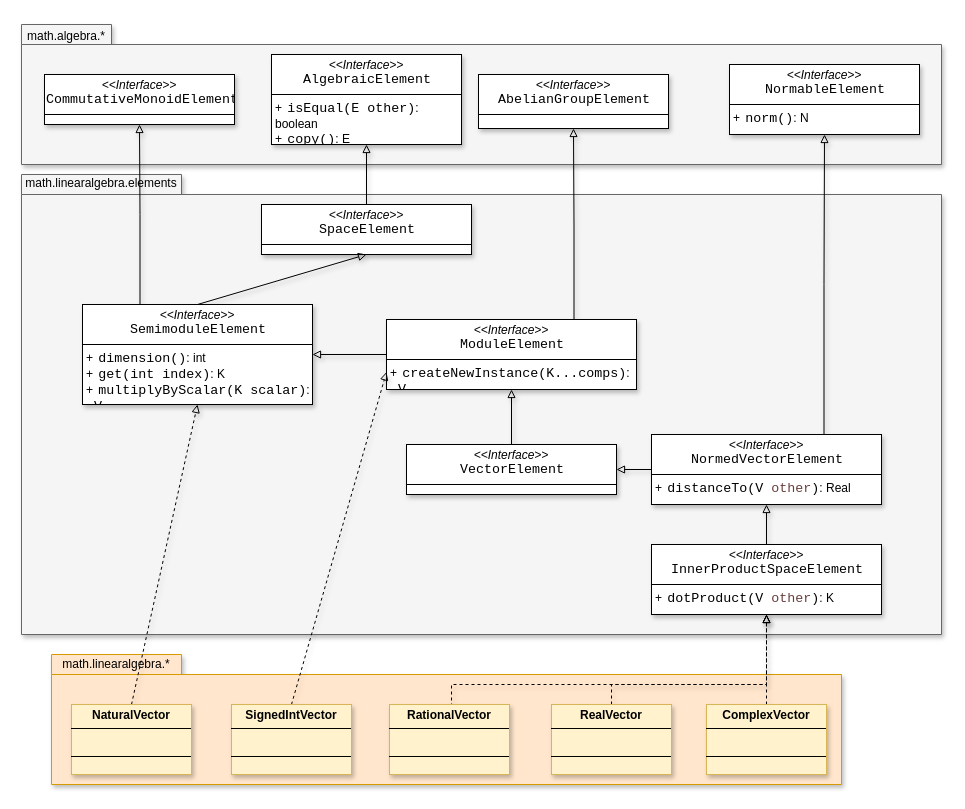
gom9000/SMFN keeps this draw.io diagram as page "linearalgebra-vector-elements" (3 of 5) of resources/SMFN.drawio. Above is the earlier version. Source tidied: cells renumbered, new cells numbered last; positions are measured from the earlier drawing's top-left corner, leaving out a move shared by most shapes. Both pictures are drawn from the tidied source at 100%, with x=0, y=0 at pixel (21, 21).
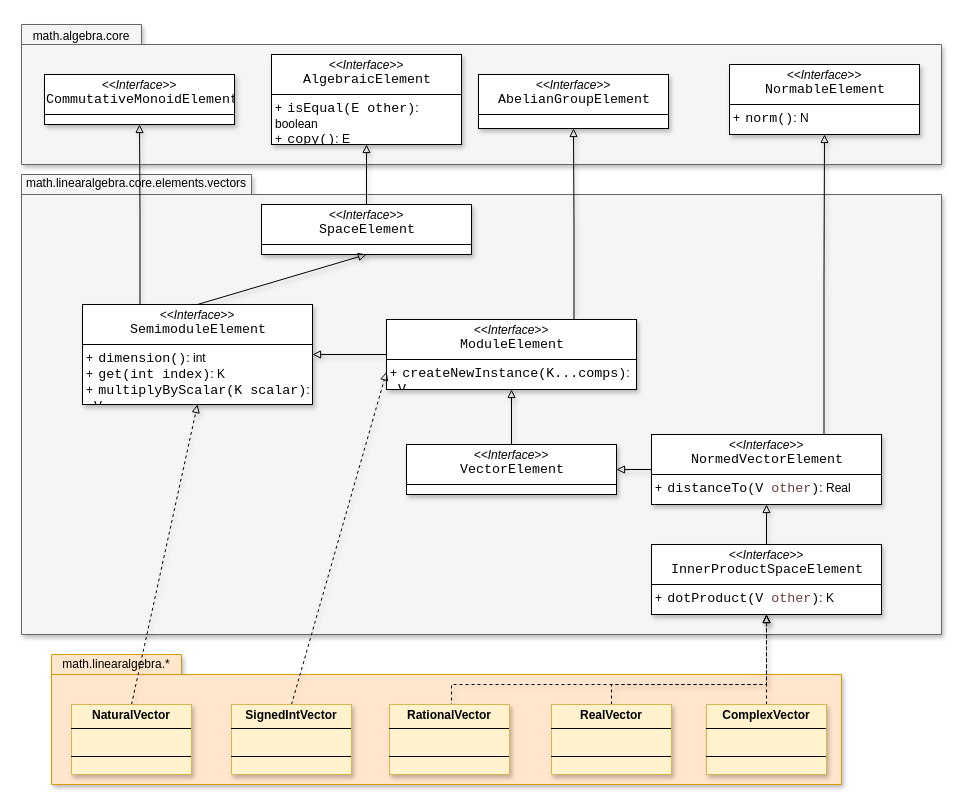
The same diagram, later.

Change to the diagram source:
```diff
@@
-    <mxCell id="2" style="shape=folder;fontStyle=1;spacingTop=10;tabWidth=160;tabHeight=20;tabPosition=left;html=1;whiteSpace=wrap;fillColor=#f5f5f5;fontColor=#333333;strokeColor=#666666;shadow=1;" parent="1" vertex="1">
+    <mxCell id="2" style="shape=folder;fontStyle=1;spacingTop=10;tabWidth=230;tabHeight=20;tabPosition=left;html=1;whiteSpace=wrap;fillColor=#f5f5f5;fontColor=#333333;strokeColor=#666666;shadow=1;" parent="1" vertex="1">
       <mxGeometry y="153" width="920" height="460" as="geometry" />
     </mxCell>
-    <mxCell id="3" style="shape=folder;fontStyle=1;spacingTop=10;tabWidth=90;tabHeight=20;tabPosition=left;html=1;whiteSpace=wrap;fillColor=#f5f5f5;fontColor=#333333;strokeColor=#666666;shadow=1;" parent="1" vertex="1">
+    <mxCell id="3" style="shape=folder;fontStyle=1;spacingTop=10;tabWidth=120;tabHeight=20;tabPosition=left;html=1;whiteSpace=wrap;fillColor=#f5f5f5;fontColor=#333333;strokeColor=#666666;shadow=1;" parent="1" vertex="1">
       <mxGeometry y="3" width="920" height="140" as="geometry" />
     </mxCell>
@@
-    <mxCell id="35" value="math.algebra.*" style="text;html=1;whiteSpace=wrap;strokeColor=none;fillColor=none;align=center;verticalAlign=middle;rounded=0;shadow=1;" parent="1" vertex="1">
-      <mxGeometry width="90" height="30" as="geometry" />
+    <mxCell id="35" value="math.algebra.core" style="text;html=1;whiteSpace=wrap;strokeColor=none;fillColor=none;align=center;verticalAlign=middle;rounded=0;shadow=1;" parent="1" vertex="1">
+      <mxGeometry width="120" height="30" as="geometry" />
     </mxCell>
-    <mxCell id="36" value="math.linearalgebra.elements" style="text;html=1;whiteSpace=wrap;strokeColor=none;fillColor=none;align=center;verticalAlign=middle;rounded=0;shadow=1;" parent="1" vertex="1">
-      <mxGeometry y="147" width="160" height="30" as="geometry" />
+    <mxCell id="36" value="math.linearalgebra.core.elements.vectors" style="text;html=1;whiteSpace=wrap;strokeColor=none;fillColor=none;align=center;verticalAlign=middle;rounded=0;shadow=1;" parent="1" vertex="1">
+      <mxGeometry y="147" width="230" height="30" as="geometry" />
     </mxCell>
```
